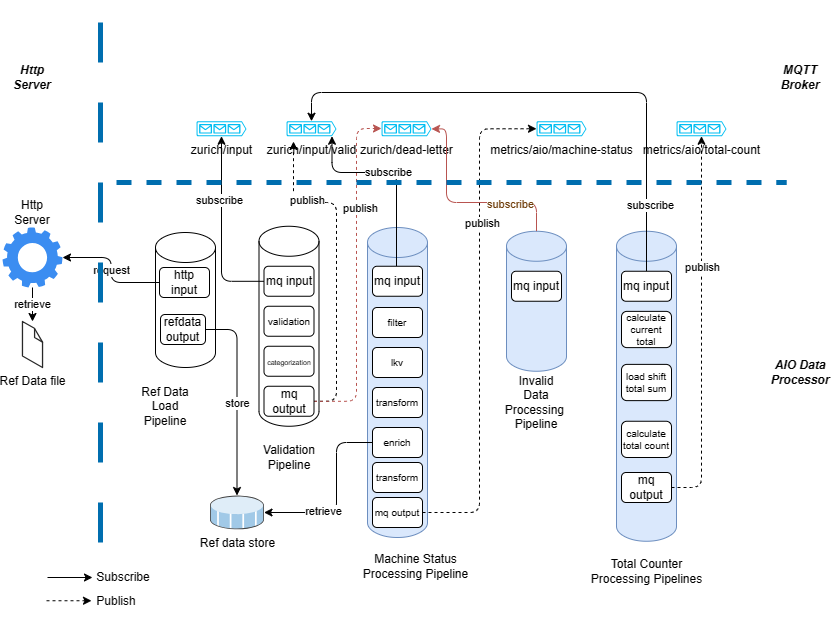
Earlier version of the draw.io export docs/assets/aio-pipeline.drawio.png (Azure-Samples/azure-edge-extensions-aio-dp-jumpstart). Source tidied: cells renumbered, new cells last; positions are measured from the earlier drawing's top-left corner, leaving out a move shared by most shapes.
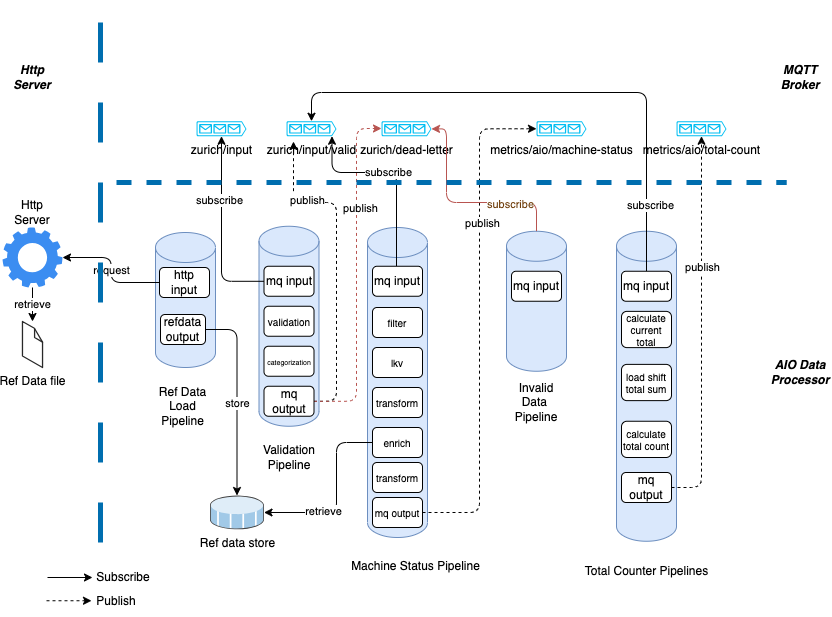
Later version of the same file.

Commit message:
Update System Architecture image (#11)

Diff of the diagram source:
```diff
@@ -11,26 +11,26 @@
     <mxCell id="4" value="zurich/dead-letter" style="verticalLabelPosition=bottom;html=1;verticalAlign=top;align=center;strokeColor=none;fillColor=#00BEF2;shape=mxgraph.azure.queue_generic;" parent="1" vertex="1">
       <mxGeometry x="379" y="118.8" width="50" height="15" as="geometry" />
     </mxCell>
-    <mxCell id="5" style="shape=cylinder3;whiteSpace=wrap;html=1;boundedLbl=1;backgroundOutline=1;size=15;" parent="1" vertex="1">
+    <mxCell id="5" style="shape=cylinder3;whiteSpace=wrap;html=1;boundedLbl=1;backgroundOutline=1;size=15;fillColor=#dae8fc;strokeColor=#6c8ebf;" parent="1" vertex="1">
       <mxGeometry x="256.5" y="223.8" width="60" height="200" as="geometry" />
     </mxCell>
     <mxCell id="6" value="Ref data store" style="shadow=0;dashed=0;html=1;labelPosition=center;verticalLabelPosition=bottom;verticalAlign=top;align=center;outlineConnect=0;shape=mxgraph.veeam.3d.datastore_snapshot;" parent="1" vertex="1">
       <mxGeometry x="207.5" y="493" width="54" height="34" as="geometry" />
     </mxCell>
-    <mxCell id="7" style="shape=cylinder3;whiteSpace=wrap;html=1;boundedLbl=1;backgroundOutline=1;size=15;" parent="1" vertex="1">
+    <mxCell id="7" style="shape=cylinder3;whiteSpace=wrap;html=1;boundedLbl=1;backgroundOutline=1;size=15;fillColor=#dae8fc;strokeColor=#6c8ebf;" parent="1" vertex="1">
       <mxGeometry x="153" y="230" width="60" height="135" as="geometry" />
     </mxCell>
     <mxCell id="8" style="shape=cylinder3;whiteSpace=wrap;html=1;boundedLbl=1;backgroundOutline=1;size=15;fillColor=#dae8fc;strokeColor=#6c8ebf;" parent="1" vertex="1">
       <mxGeometry x="365" y="225" width="60" height="310" as="geometry" />
     </mxCell>
-    <mxCell id="9" value="Validation&lt;br&gt;Pipeline" style="text;html=1;strokeColor=none;fillColor=none;align=center;verticalAlign=middle;whiteSpace=wrap;rounded=0;" parent="1" vertex="1">
+    <mxCell id="9" value="Validation Pipeline" style="text;html=1;strokeColor=none;fillColor=none;align=center;verticalAlign=middle;whiteSpace=wrap;rounded=0;" parent="1" vertex="1">
       <mxGeometry x="256.5" y="440" width="60" height="30" as="geometry" />
     </mxCell>
     <mxCell id="10" value="Ref Data Load&lt;br&gt;Pipeline" style="text;html=1;strokeColor=none;fillColor=none;align=center;verticalAlign=middle;whiteSpace=wrap;rounded=0;" parent="1" vertex="1">
-      <mxGeometry x="133" y="388.8" width="60" height="30" as="geometry" />
+      <mxGeometry x="148" y="390" width="65" height="28.8" as="geometry" />
     </mxCell>
-    <mxCell id="11" value="Machine Status&lt;br&gt;Processing Pipeline" style="text;html=1;align=center;verticalAlign=middle;strokeColor=none;fillColor=none;" parent="1" vertex="1">
-      <mxGeometry x="348" y="543.8" width="130" height="40" as="geometry" />
+    <mxCell id="11" value="Machine Status&amp;nbsp;Pipeline" style="text;html=1;align=center;verticalAlign=middle;strokeColor=none;fillColor=none;" parent="1" vertex="1">
+      <mxGeometry x="338" y="548.8" width="150" height="30" as="geometry" />
     </mxCell>
     <mxCell id="12" style="edgeStyle=orthogonalEdgeStyle;html=1;fontSize=10;" parent="1" edge="1" source="14" target="2">
       <mxGeometry relative="1" as="geometry" />
@@ -146,8 +146,8 @@
     <mxCell id="42" style="shape=cylinder3;whiteSpace=wrap;html=1;boundedLbl=1;backgroundOutline=1;size=15;fillColor=#dae8fc;strokeColor=#6c8ebf;" parent="1" vertex="1">
       <mxGeometry x="614" y="228.8" width="60" height="310" as="geometry" />
     </mxCell>
-    <mxCell id="43" value="Total Counter&lt;br&gt;Processing Pipelines" style="text;html=1;align=center;verticalAlign=middle;strokeColor=none;fillColor=none;" parent="1" vertex="1">
-      <mxGeometry x="579" y="548.8" width="130" height="40" as="geometry" />
+    <mxCell id="43" value="Total Counter&amp;nbsp;Pipelines" style="text;html=1;align=center;verticalAlign=middle;strokeColor=none;fillColor=none;" parent="1" vertex="1">
+      <mxGeometry x="569" y="553.8" width="150" height="30" as="geometry" />
     </mxCell>
     <mxCell id="44" style="edgeStyle=orthogonalEdgeStyle;html=1;exitX=0.5;exitY=0;exitDx=0;exitDy=0;exitPerimeter=0;entryX=0.5;entryY=0;entryDx=0;entryDy=0;dashed=1;strokeColor=default;fontColor=#703E0B;" parent="1" edge="1" source="47" target="49">
       <mxGeometry relative="1" as="geometry" />
@@ -167,7 +167,7 @@
     <mxCell id="47" style="shape=cylinder3;whiteSpace=wrap;html=1;boundedLbl=1;backgroundOutline=1;size=15;fillColor=#dae8fc;strokeColor=#6c8ebf;" parent="1" vertex="1">
       <mxGeometry x="504" y="228.8" width="60" height="140" as="geometry" />
     </mxCell>
-    <mxCell id="48" value="Invalid Data Processing&amp;nbsp;&lt;br&gt;Pipeline" style="text;html=1;strokeColor=none;fillColor=none;align=center;verticalAlign=middle;whiteSpace=wrap;rounded=0;" parent="1" vertex="1">
+    <mxCell id="48" value="Invalid Data&amp;nbsp;&lt;br&gt;Pipeline" style="text;html=1;strokeColor=none;fillColor=none;align=center;verticalAlign=middle;whiteSpace=wrap;rounded=0;" parent="1" vertex="1">
       <mxGeometry x="504" y="385" width="60" height="30" as="geometry" />
     </mxCell>
     <mxCell id="49" value="mq input" style="rounded=1;whiteSpace=wrap;html=1;" parent="1" vertex="1">
```
